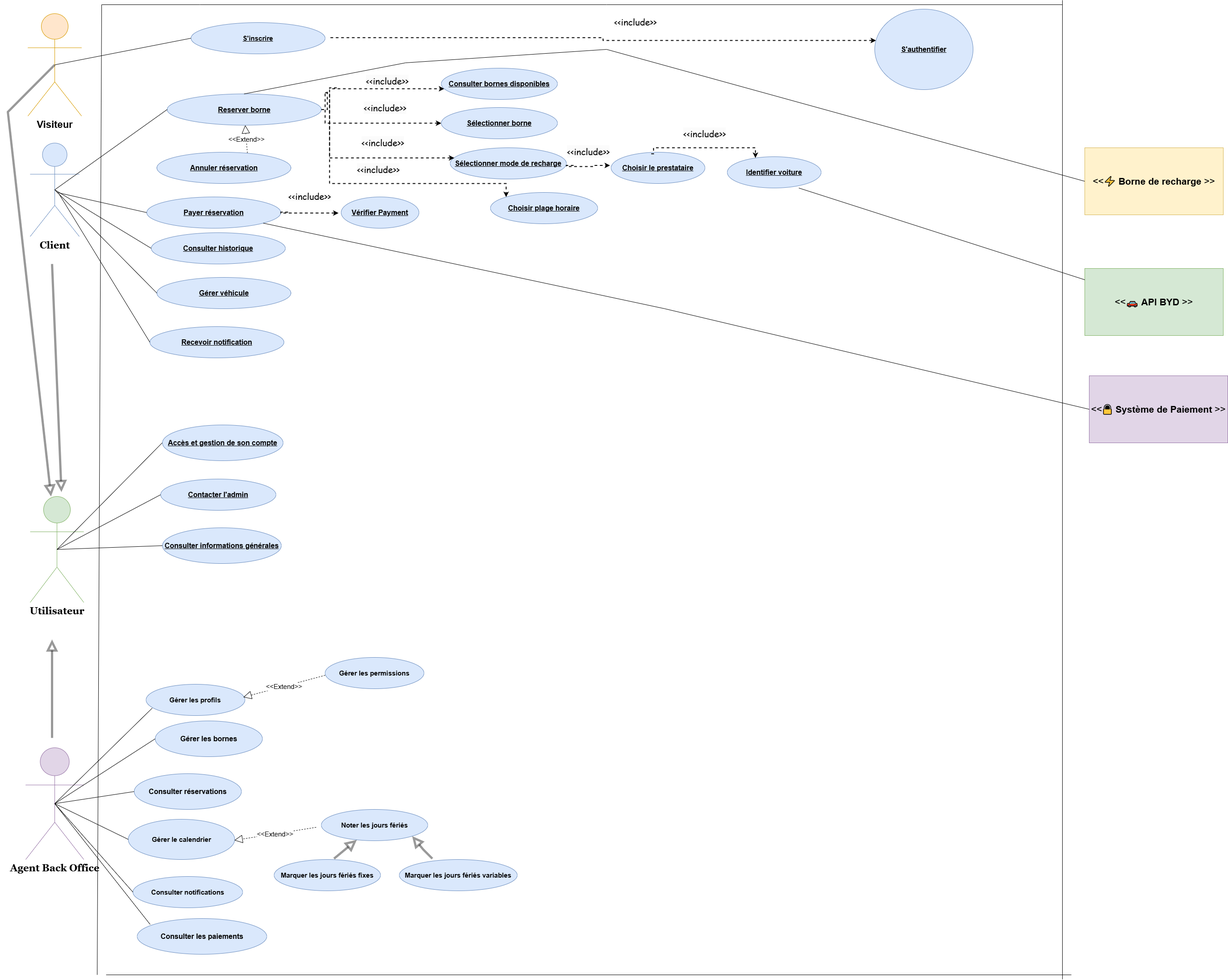
The draw.io diagram use case projet.drawio.png in achreffakraoui/Projet-uml, before a commit. Source tidied: cells renumbered, new cells last; positions are measured from the earlier drawing's top-left corner, leaving out a move shared by most shapes.
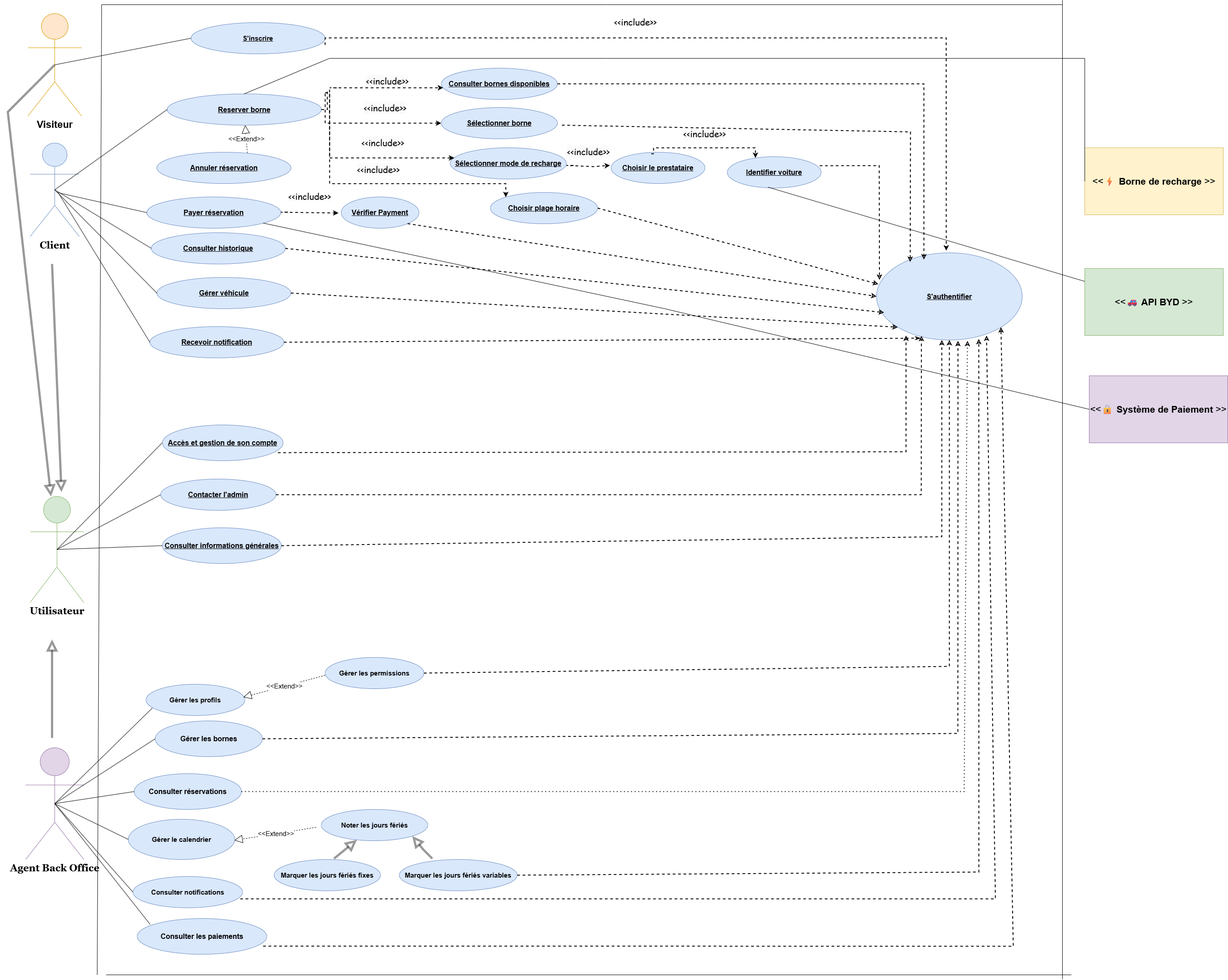
The same diagram one commit later.

Commit message:
Mettre à jour use case projet.drawio.png

Change to the diagram source:
```diff
@@ -40,7 +40,7 @@
       <mxGeometry x="280" y="1960" width="245.5" height="70" as="geometry" />
     </mxCell>
     <mxCell id="11" value="&lt;b&gt;&lt;font face=&quot;Helvetica&quot; style=&quot;font-size: 16px;&quot;&gt;S'authentifier&lt;/font&gt;&lt;/b&gt;" style="ellipse;whiteSpace=wrap;html=1;align=center;fontStyle=4;fillColor=#dae8fc;strokeColor=#6c8ebf;" parent="1" vertex="1">
-      <mxGeometry x="1940" y="20" width="220" height="180" as="geometry" />
+      <mxGeometry x="1944" y="565" width="326" height="195" as="geometry" />
     </mxCell>
     <mxCell id="12" style="endArrow=none;html=1;rounded=0;" parent="1" edge="1">
       <mxGeometry relative="1" as="geometry">
@@ -338,28 +338,137 @@
         </Array>
       </mxGeometry>
     </mxCell>
-    <mxCell id="81" style="endArrow=none;html=1;rounded=0;exitX=0.762;exitY=1;exitDx=0;exitDy=0;exitPerimeter=0;" parent="1" edge="1" source="57" target="78">
+    <mxCell id="81" style="endArrow=none;html=1;rounded=0;exitX=0.434;exitY=0.973;exitDx=0;exitDy=0;exitPerimeter=0;" parent="1" edge="1" source="57" target="78">
       <mxGeometry relative="1" as="geometry" />
     </mxCell>
     <mxCell id="82" style="endArrow=none;html=1;rounded=0;exitX=0.5;exitY=0;exitDx=0;exitDy=0;entryX=0;entryY=0.5;entryDx=0;entryDy=0;" parent="1" edge="1" source="18" target="79">
       <mxGeometry relative="1" as="geometry">
         <Array as="points">
-          <mxPoint x="890" y="140" />
-          <mxPoint x="1340" y="110" />
+          <mxPoint x="720" y="130" />
+          <mxPoint x="1340" y="130" />
+          <mxPoint x="2410" y="130" />
         </Array>
       </mxGeometry>
     </mxCell>
     <mxCell id="83" value="&lt;span style=&quot;color: rgb(0, 0, 0); font-style: normal; font-variant-ligatures: normal; font-variant-caps: normal; font-weight: 400; letter-spacing: normal; orphans: 2; text-indent: 0px; text-transform: none; widows: 2; word-spacing: 0px; -webkit-text-stroke-width: 0px; background-color: rgb(251, 251, 251); text-decoration-thickness: initial; text-decoration-style: initial; text-decoration-color: initial; float: none; display: inline !important;&quot;&gt;&lt;font style=&quot;font-size: 20px;&quot; face=&quot;Comic Sans MS&quot;&gt;&amp;lt;&amp;lt;include&amp;gt;&amp;gt;&lt;/font&gt;&lt;/span&gt;" style="text;whiteSpace=wrap;html=1;align=center;" parent="1" vertex="1">
       <mxGeometry x="610.9" y="420" width="130" height="50" as="geometry" />
     </mxCell>
-    <mxCell id="84" style="edgeStyle=orthogonalEdgeStyle;rounded=0;jettySize=auto;html=1;dashed=1;strokeWidth=2;" parent="1" edge="1" target="11">
+    <mxCell id="84" style="edgeStyle=orthogonalEdgeStyle;rounded=0;jettySize=auto;html=1;dashed=1;strokeWidth=2;exitX=1;exitY=0.714;exitDx=0;exitDy=0;exitPerimeter=0;" parent="1" edge="1" source="17">
       <mxGeometry relative="1" as="geometry">
-        <mxPoint x="722" y="83.8" as="sourcePoint" />
+        <mxPoint x="2100" y="560" as="targetPoint" />
         <Array as="points">
-          <mxPoint x="1332" y="84" />
-          <mxPoint x="1332" y="90" />
+          <mxPoint x="710" y="84" />
+          <mxPoint x="2100" y="84" />
         </Array>
       </mxGeometry>
     </mxCell>
+    <mxCell id="85" style="endArrow=none;dashed=1;html=1;dashPattern=1 3;strokeWidth=3;rounded=0;strokeColor=none;" parent="1" edge="1">
+      <mxGeometry relative="1" as="geometry">
+        <mxPoint x="1550" y="540" as="sourcePoint" />
+        <mxPoint x="1600" y="490" as="targetPoint" />
+      </mxGeometry>
+    </mxCell>
+    <mxCell id="86" style="endArrow=classic;dashed=1;html=1;rounded=0;strokeWidth=2;exitX=1;exitY=0.5;exitDx=0;exitDy=0;endFill=0;" parent="1" edge="1" source="45">
+      <mxGeometry relative="1" as="geometry">
+        <mxPoint x="2050" y="580" as="targetPoint" />
+        <Array as="points">
+          <mxPoint x="2050" y="187" />
+        </Array>
+      </mxGeometry>
+    </mxCell>
+    <mxCell id="87" style="endArrow=classic;dashed=1;html=1;rounded=0;strokeWidth=2;exitX=1;exitY=0.5;exitDx=0;exitDy=0;entryX=0.231;entryY=0.104;entryDx=0;entryDy=0;entryPerimeter=0;endFill=0;" parent="1" edge="1" target="11">
+      <mxGeometry relative="1" as="geometry">
+        <mxPoint x="1240" y="279.5" as="sourcePoint" />
+        <Array as="points">
+          <mxPoint x="2020" y="294.5" />
+        </Array>
+      </mxGeometry>
+    </mxCell>
+    <mxCell id="88" style="endArrow=classic;dashed=1;html=1;rounded=0;entryX=0.02;entryY=0.31;entryDx=0;entryDy=0;entryPerimeter=0;exitX=0.985;exitY=0.287;exitDx=0;exitDy=0;exitPerimeter=0;strokeWidth=2;endFill=0;" parent="1" edge="1" source="57" target="11">
+      <mxGeometry relative="1" as="geometry">
+        <Array as="points">
+          <mxPoint x="1950" y="370" />
+        </Array>
+      </mxGeometry>
+    </mxCell>
+    <mxCell id="89" style="endArrow=classic;dashed=1;html=1;rounded=0;exitX=1;exitY=0.5;exitDx=0;exitDy=0;entryX=0.012;entryY=0.359;entryDx=0;entryDy=0;entryPerimeter=0;strokeWidth=2;endFill=0;" parent="1" edge="1" source="48" target="11">
+      <mxGeometry relative="1" as="geometry" />
+    </mxCell>
+    <mxCell id="90" style="endArrow=classic;dashed=1;html=1;rounded=0;exitX=1;exitY=1;exitDx=0;exitDy=0;entryX=0;entryY=0.5;entryDx=0;entryDy=0;strokeWidth=2;endFill=0;" parent="1" edge="1" source="76" target="11">
+      <mxGeometry relative="1" as="geometry" />
+    </mxCell>
+    <mxCell id="91" style="endArrow=classic;dashed=1;html=1;rounded=0;exitX=1;exitY=0.5;exitDx=0;exitDy=0;entryX=0.052;entryY=0.685;entryDx=0;entryDy=0;entryPerimeter=0;strokeWidth=2;endFill=0;" parent="1" edge="1" source="19" target="11">
+      <mxGeometry relative="1" as="geometry" />
+    </mxCell>
+    <mxCell id="92" style="endArrow=classic;dashed=1;html=1;rounded=0;exitX=1;exitY=0.5;exitDx=0;exitDy=0;entryX=0;entryY=1;entryDx=0;entryDy=0;strokeWidth=2;endFill=0;" parent="1" edge="1" source="20" target="11">
+      <mxGeometry relative="1" as="geometry" />
+    </mxCell>
+    <mxCell id="93" style="endArrow=classicThin;dashed=1;html=1;rounded=0;exitX=1;exitY=0.5;exitDx=0;exitDy=0;entryX=0.302;entryY=0.979;entryDx=0;entryDy=0;entryPerimeter=0;strokeWidth=2;endFill=0;" parent="1" edge="1" source="63" target="11">
+      <mxGeometry relative="1" as="geometry" />
+    </mxCell>
+    <mxCell id="94" style="endArrow=classic;dashed=1;html=1;rounded=0;exitX=0.957;exitY=0.774;exitDx=0;exitDy=0;exitPerimeter=0;strokeWidth=2;endFill=0;" parent="1" edge="1" source="42">
+      <mxGeometry relative="1" as="geometry">
+        <mxPoint x="2010" y="750" as="targetPoint" />
+        <Array as="points">
+          <mxPoint x="2010" y="1010" />
+        </Array>
+      </mxGeometry>
+    </mxCell>
+    <mxCell id="95" style="endArrow=classic;dashed=1;html=1;rounded=0;exitX=1;exitY=0.5;exitDx=0;exitDy=0;entryX=0.308;entryY=0.952;entryDx=0;entryDy=0;entryPerimeter=0;strokeWidth=2;endFill=0;" parent="1" edge="1" source="6" target="11">
+      <mxGeometry relative="1" as="geometry">
+        <Array as="points">
+          <mxPoint x="2044" y="1106" />
+        </Array>
+      </mxGeometry>
+    </mxCell>
+    <mxCell id="96" style="endArrow=classic;dashed=1;html=1;rounded=0;exitX=1;exitY=0.5;exitDx=0;exitDy=0;entryX=0.448;entryY=1;entryDx=0;entryDy=0;entryPerimeter=0;strokeWidth=2;endFill=0;" parent="1" edge="1" source="7" target="11">
+      <mxGeometry relative="1" as="geometry">
+        <Array as="points">
+          <mxPoint x="2090" y="1200" />
+        </Array>
+      </mxGeometry>
+    </mxCell>
+    <mxCell id="97" style="endArrow=classic;dashed=1;html=1;rounded=0;exitX=1;exitY=0.5;exitDx=0;exitDy=0;entryX=0.5;entryY=1;entryDx=0;entryDy=0;strokeWidth=2;endFill=0;" parent="1" edge="1" source="68" target="11">
+      <mxGeometry relative="1" as="geometry">
+        <Array as="points">
+          <mxPoint x="2107" y="1490" />
+        </Array>
+      </mxGeometry>
+    </mxCell>
+    <mxCell id="98" style="endArrow=classic;dashed=1;html=1;rounded=0;exitX=1;exitY=0.5;exitDx=0;exitDy=0;entryX=0.559;entryY=1.01;entryDx=0;entryDy=0;entryPerimeter=0;strokeWidth=2;endFill=0;" parent="1" edge="1" source="9" target="11">
+      <mxGeometry relative="1" as="geometry">
+        <Array as="points">
+          <mxPoint x="2126" y="1640" />
+        </Array>
+      </mxGeometry>
+    </mxCell>
+    <mxCell id="99" style="endArrow=classic;dashed=1;html=1;dashPattern=1 3;strokeWidth=2;rounded=0;exitX=1;exitY=0.5;exitDx=0;exitDy=0;entryX=0.624;entryY=1.01;entryDx=0;entryDy=0;entryPerimeter=0;endFill=0;" parent="1" edge="1" source="22" target="11">
+      <mxGeometry relative="1" as="geometry">
+        <Array as="points">
+          <mxPoint x="2140" y="1770" />
+        </Array>
+      </mxGeometry>
+    </mxCell>
+    <mxCell id="100" style="endArrow=classic;dashed=1;html=1;rounded=0;exitX=1;exitY=0.5;exitDx=0;exitDy=0;entryX=0.702;entryY=0.988;entryDx=0;entryDy=0;entryPerimeter=0;strokeWidth=2;endFill=0;" parent="1" edge="1" source="74" target="11">
+      <mxGeometry relative="1" as="geometry">
+        <Array as="points">
+          <mxPoint x="2173" y="1950" />
+        </Array>
+      </mxGeometry>
+    </mxCell>
+    <mxCell id="101" style="endArrow=classic;dashed=1;html=1;rounded=0;exitX=0.978;exitY=0.714;exitDx=0;exitDy=0;exitPerimeter=0;entryX=0.755;entryY=0.949;entryDx=0;entryDy=0;entryPerimeter=0;strokeWidth=2;endFill=0;" parent="1" edge="1" source="10" target="11">
+      <mxGeometry relative="1" as="geometry">
+        <Array as="points">
+          <mxPoint x="2210" y="2010" />
+        </Array>
+      </mxGeometry>
+    </mxCell>
+    <mxCell id="102" style="endArrow=classic;dashed=1;html=1;rounded=0;exitX=0.972;exitY=0.771;exitDx=0;exitDy=0;exitPerimeter=0;entryX=1;entryY=1;entryDx=0;entryDy=0;strokeWidth=2;endFill=0;" parent="1" edge="1" source="40" target="11">
+      <mxGeometry relative="1" as="geometry">
+        <Array as="points">
+          <mxPoint x="2250" y="2116" />
+        </Array>
+      </mxGeometry>
+    </mxCell>
   </root>
 </mxGraphModel>
```
